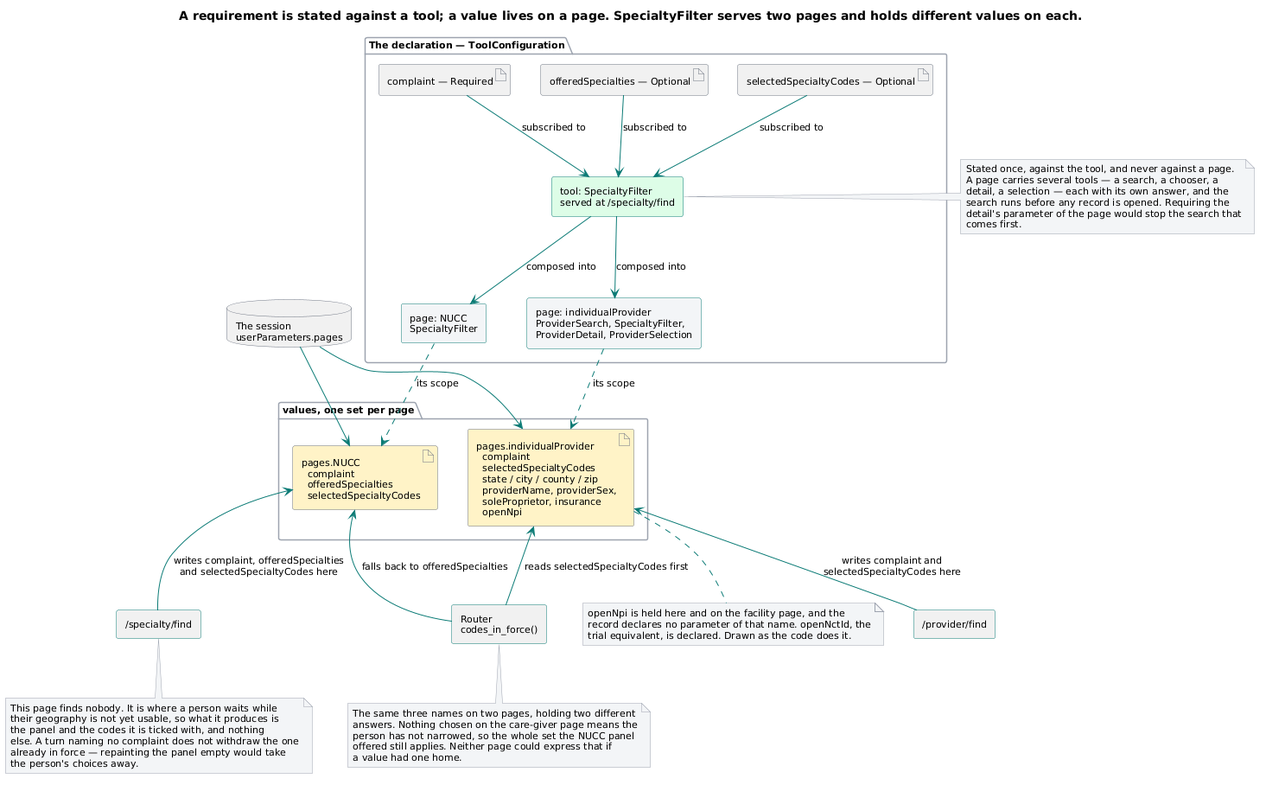
Above: brain/machine_artifacts/diagramsAndImages/rendered/fc_pages_and_values.png in SkipSnow/ChatHealthyRepo (PlantUML), before the change.
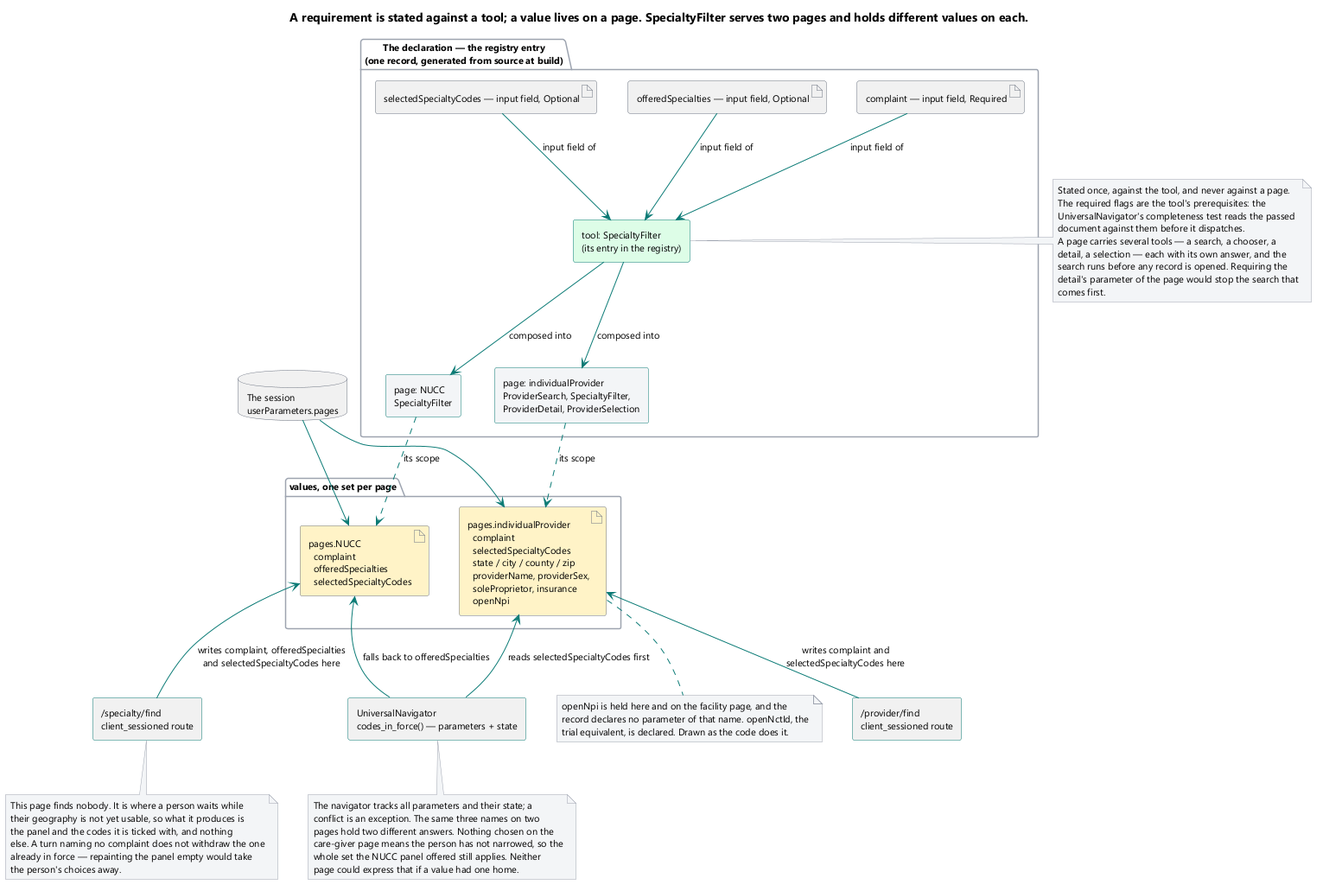
Above is the later version.

What changed in the source:
```diff
@@ -14,26 +14,29 @@
 
 title A requirement is stated against a tool; a value lives on a page. SpecialtyFilter serves two pages and holds different values on each.
 
-package "The declaration — ToolConfiguration" {
-  component "tool: SpecialtyFilter\nserved at /specialty/find" as Tool #dcfce7
+package "The declaration — the registry entry\n(one record, generated from source at build)" {
+  component "tool: SpecialtyFilter\n(its entry in the registry)" as Tool #dcfce7
 
-  artifact "complaint — Required" as PComplaint
-  artifact "offeredSpecialties — Optional" as POffered
-  artifact "selectedSpecialtyCodes — Optional" as PSelected
+  artifact "complaint — input field, Required" as PComplaint
+  artifact "offeredSpecialties — input field, Optional" as POffered
+  artifact "selectedSpecialtyCodes — input field, Optional" as PSelected
 
   component "page: individualProvider\nProviderSearch, SpecialtyFilter,\nProviderDetail, ProviderSelection" as PageIP #f3f4f6
   component "page: NUCC\nSpecialtyFilter" as PageNUCC #f3f4f6
 }
 
-PComplaint -down-> Tool : subscribed to
-POffered -down-> Tool : subscribed to
-PSelected -down-> Tool : subscribed to
+PComplaint -down-> Tool : input field of
+POffered -down-> Tool : input field of
+PSelected -down-> Tool : input field of
 
 Tool -down-> PageIP : composed into
 Tool -down-> PageNUCC : composed into
 
 note right of Tool
   Stated once, against the tool, and never against a page.
+  The required flags are the tool's prerequisites: the
+  UniversalNavigator's completeness test reads the passed
+  document against them before it dispatches.
   A page carries several tools — a search, a chooser, a
   detail, a selection — each with its own answer, and the
   search runs before any record is opened. Requiring the
@@ -54,23 +57,24 @@
 PageIP ..> VIP : its scope
 PageNUCC ..> VNUCC : its scope
 
-component "/provider/find" as RIP
-component "/specialty/find" as RNUCC
+component "/provider/find\nclient_sessioned route" as RIP
+component "/specialty/find\nclient_sessioned route" as RNUCC
 
 RIP -up-> VIP : writes complaint and\nselectedSpecialtyCodes here
 RNUCC -up-> VNUCC : writes complaint, offeredSpecialties\nand selectedSpecialtyCodes here
 
-component "Router\ncodes_in_force()" as Reader
+component "UniversalNavigator\ncodes_in_force() — parameters + state" as Reader
 
 Reader -up-> VIP : reads selectedSpecialtyCodes first
 Reader -up-> VNUCC : falls back to offeredSpecialties
 
 note bottom of Reader
-  The same three names on two pages, holding two different
-  answers. Nothing chosen on the care-giver page means the
-  person has not narrowed, so the whole set the NUCC panel
-  offered still applies. Neither page could express that if
-  a value had one home.
+  The navigator tracks all parameters and their state; a
+  conflict is an exception. The same three names on two
+  pages hold two different answers. Nothing chosen on the
+  care-giver page means the person has not narrowed, so the
+  whole set the NUCC panel offered still applies. Neither
+  page could express that if a value had one home.
 end note
 
 note bottom of VIP
@@ -87,4 +91,5 @@
   already in force — repainting the panel empty would take
   the person's choices away.
 end note
+
 @enduml
```
